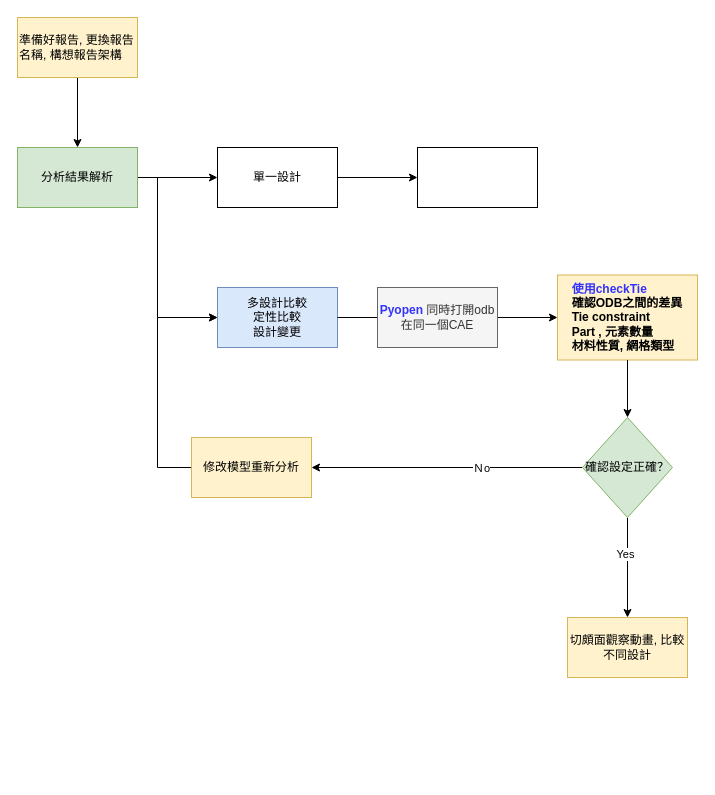
The draw.io diagram page "結果分析" (2 of 3) of CAE_process.drawio in TerryChan726/draw_io, before the edit. Source tidied: cells renumbered, new cells numbered last; positions are measured from the earlier drawing's top-left corner, leaving out a move shared by most shapes. Both pictures are drawn from the tidied source at 100%, with x=0, y=0 at pixel (17, 17).
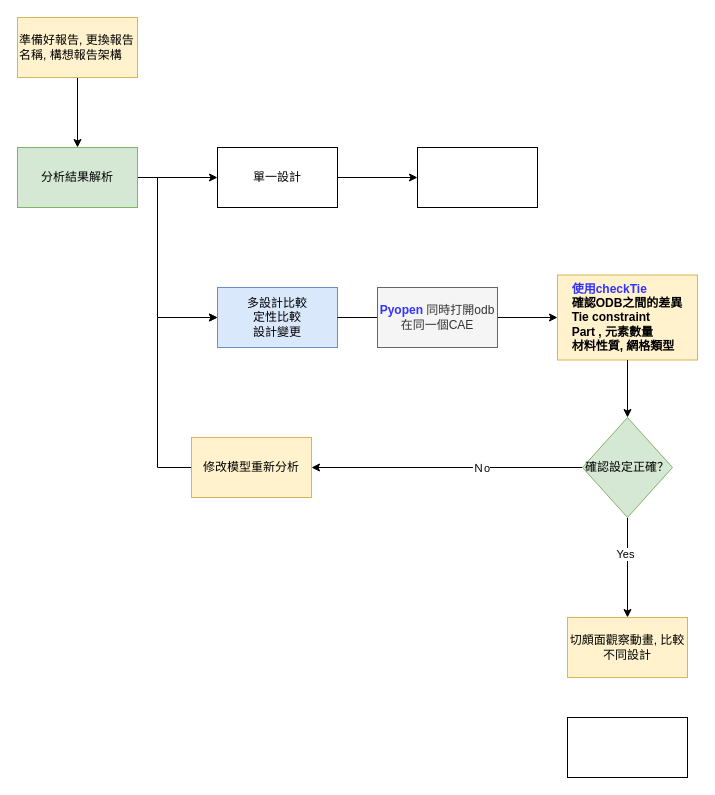
The same page after the edit.

Diff of the diagram source:
```diff
@@
+    <mxCell id="23" style="rounded=0;whiteSpace=wrap;html=1;" parent="1" vertex="1">
+      <mxGeometry x="550" y="700" width="120" height="60" as="geometry" />
+    </mxCell>
```
